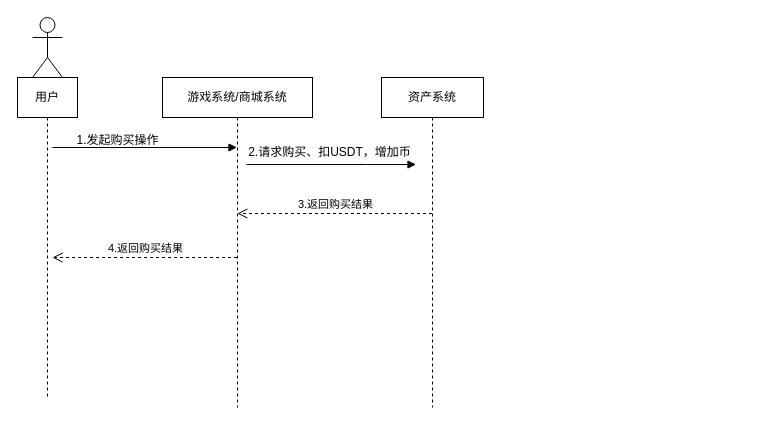
Earlier version of the draw.io diagram page "购买Token流程" (2 of 4) of nft.drawio (ForLina/sxc_contract). Source tidied: cells renumbered, new cells numbered last; positions are measured from the earlier drawing's top-left corner, leaving out a move shared by most shapes. Both pictures are drawn from the tidied source at 100%, with x=0, y=0 at pixel (17, 17).
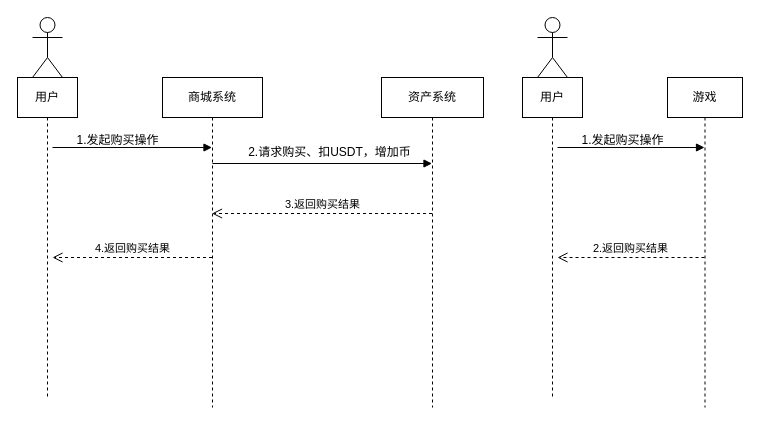
The same page after the edit.

What changed in the source:
```diff
@@
-    <mxCell id="2" value="游戏系统/商城系统" style="shape=umlLifeline;perimeter=lifelinePerimeter;whiteSpace=wrap;html=1;outlineConnect=0;" parent="1" vertex="1">
-      <mxGeometry x="145" y="60" width="150" height="330" as="geometry" />
+    <mxCell id="2" value="商城系统" style="shape=umlLifeline;perimeter=lifelinePerimeter;whiteSpace=wrap;html=1;outlineConnect=0;" parent="1" vertex="1">
+      <mxGeometry x="145" y="60" width="100" height="330" as="geometry" />
     </mxCell>
@@
     <mxCell id="10" style="endArrow=block;endFill=1;html=1;edgeStyle=orthogonalEdgeStyle;align=left;verticalAlign=top;rounded=0;" parent="1" edge="1">
       <mxGeometry x="-0.65" y="10" relative="1" as="geometry">
-        <mxPoint x="229" y="147" as="sourcePoint" />
-        <mxPoint x="398.5" y="147" as="targetPoint" />
-        <Array as="points">
-          <mxPoint x="349" y="147" />
-          <mxPoint x="349" y="147" />
-        </Array>
+        <mxPoint x="194.9" y="146" as="sourcePoint" />
+        <mxPoint x="414.5" y="146" as="targetPoint" />
       </mxGeometry>
     </mxCell>
-    <mxCell id="11" value="3.返回购买结果" style="html=1;verticalAlign=bottom;endArrow=open;dashed=1;endSize=8;rounded=0;" parent="1" edge="1">
+    <mxCell id="11" value="3.返回购买结果" style="html=1;verticalAlign=bottom;endArrow=open;dashed=1;endSize=8;rounded=0;" parent="1" edge="1" target="2">
       <mxGeometry relative="1" as="geometry">
         <mxPoint x="414.5" y="196" as="sourcePoint" />
-        <mxPoint x="219.9" y="196" as="targetPoint" />
       </mxGeometry>
     </mxCell>
+    <mxCell id="12" value="游戏" style="shape=umlLifeline;perimeter=lifelinePerimeter;whiteSpace=wrap;html=1;outlineConnect=0;" parent="1" vertex="1">
+      <mxGeometry x="650" y="60" width="75" height="330" as="geometry" />
+    </mxCell>
+    <mxCell id="13" style="shape=umlActor;verticalLabelPosition=bottom;verticalAlign=top;html=1;" parent="1" vertex="1">
+      <mxGeometry x="520" width="30" height="60" as="geometry" />
+    </mxCell>
+    <mxCell id="14" style="endArrow=block;endFill=1;html=1;edgeStyle=orthogonalEdgeStyle;align=left;verticalAlign=top;rounded=0;" parent="1" edge="1" target="12">
+      <mxGeometry x="-0.65" y="10" relative="1" as="geometry">
+        <mxPoint x="540" y="130" as="sourcePoint" />
+        <Array as="points">
+          <mxPoint x="660" y="130" />
+          <mxPoint x="660" y="130" />
+        </Array>
+      </mxGeometry>
+    </mxCell>
+    <mxCell id="15" value="用户" style="shape=umlLifeline;perimeter=lifelinePerimeter;whiteSpace=wrap;html=1;" parent="1" vertex="1">
+      <mxGeometry x="505" y="60" width="60" height="320" as="geometry" />
+    </mxCell>
+    <mxCell id="16" value="2.返回购买结果" style="html=1;verticalAlign=bottom;endArrow=open;dashed=1;endSize=8;rounded=0;" parent="15" edge="1" source="12">
+      <mxGeometry relative="1" as="geometry">
+        <mxPoint x="35" y="180" as="targetPoint" />
+      </mxGeometry>
+    </mxCell>
+    <mxCell id="17" value="1.发起购买操作" style="text;html=1;align=center;verticalAlign=middle;strokeColor=none;fillColor=none;" parent="1" vertex="1">
+      <mxGeometry x="550" y="108" width="110" height="30" as="geometry" />
+    </mxCell>
```
